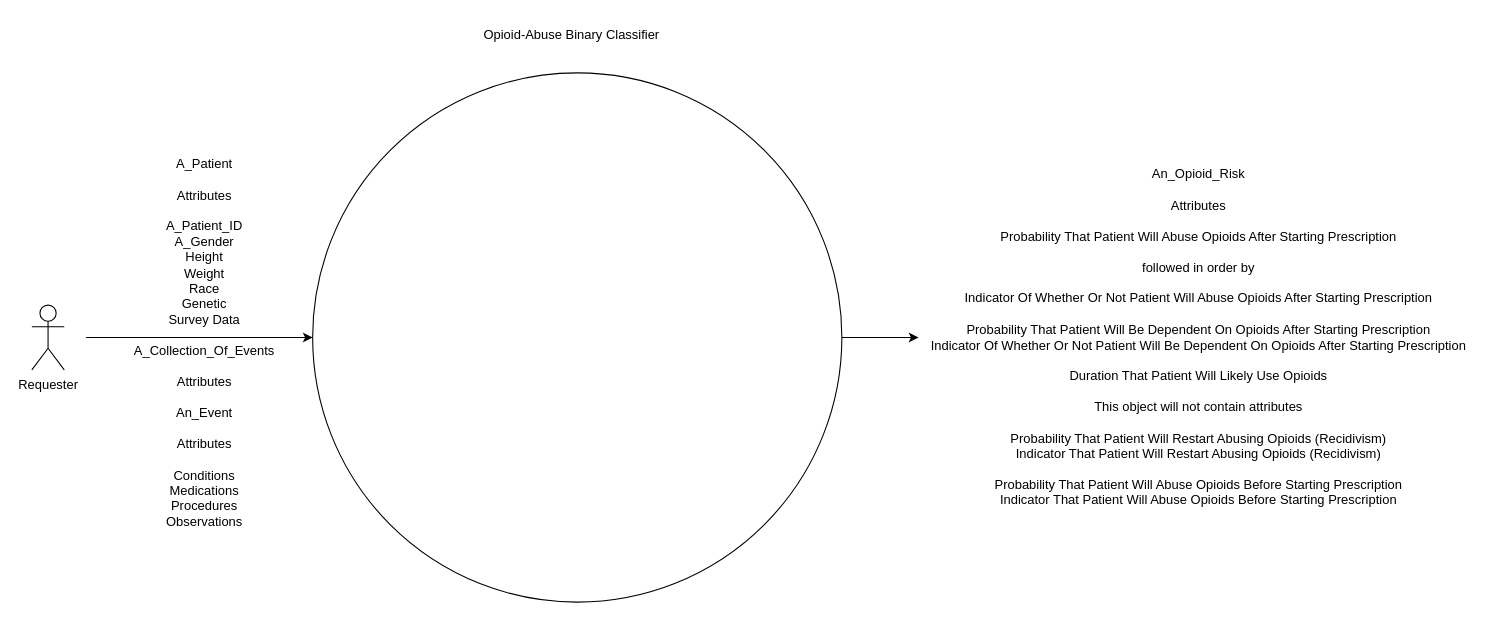
The draw.io diagram System_Analysis/System_Diagram.drawio in tslever/Opioid_Abuse_Predictor, before the edit. Source tidied: cells renumbered, new cells numbered last; positions are measured from the earlier drawing's top-left corner, leaving out a move shared by most shapes. Both pictures are drawn from the tidied source at 108%, with x=0, y=0 at pixel (31, 18).
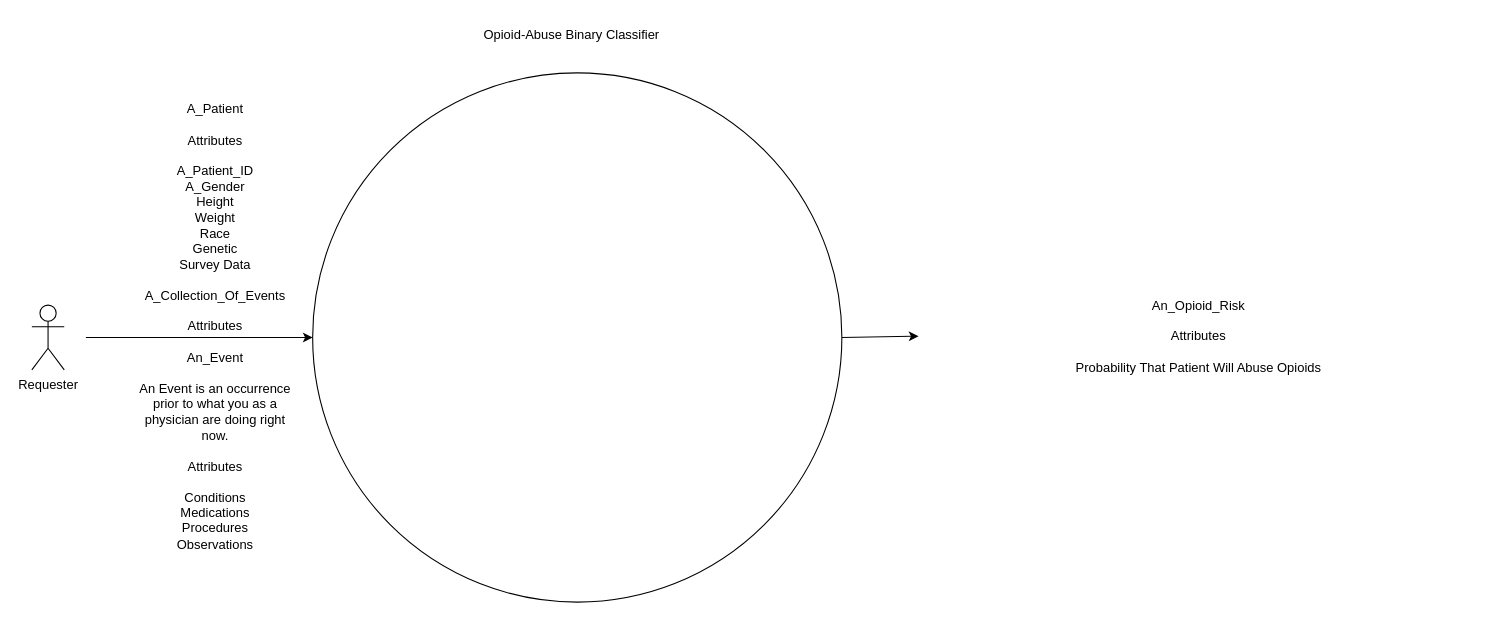
The same diagram, later.

Commit message:
Update System_Diagram.drawio to output Probability That Patient Will Abuse Opioids, without any qualification. Defined An_Event.

Change to the diagram source:
```diff
@@
 <mxGraphModel>
   <root>
     <mxCell id="0" />
     <mxCell id="1" parent="0" />
     <mxCell id="2" style="ellipse;whiteSpace=wrap;html=1;" parent="1" vertex="1">
       <mxGeometry x="260" y="50" width="490" height="490" as="geometry" />
     </mxCell>
     <mxCell id="3" style="endArrow=classic;html=1;rounded=0;entryX=0;entryY=0.5;entryDx=0;entryDy=0;" parent="1" edge="1" target="2">
       <mxGeometry relative="1" as="geometry">
         <mxPoint x="50" y="295" as="sourcePoint" />
       </mxGeometry>
     </mxCell>
     <mxCell id="4" value="Opioid-Abuse Binary Classifier" style="text;html=1;strokeColor=none;fillColor=none;align=center;verticalAlign=middle;whiteSpace=wrap;rounded=0;" parent="1" vertex="1">
       <mxGeometry x="390" width="220" height="30" as="geometry" />
     </mxCell>
-    <mxCell id="5" value="A_Patient&lt;br&gt;&lt;br&gt;Attributes&lt;br&gt;&lt;br&gt;A_Patient_ID&lt;br&gt;A_Gender&lt;br&gt;Height&lt;br&gt;Weight&lt;br&gt;Race&lt;br&gt;Genetic&lt;br&gt;Survey Data&lt;br&gt;&lt;br&gt;A_Collection_Of_Events&lt;br&gt;&lt;br&gt;Attributes&lt;br&gt;&lt;br&gt;An_Event&lt;br&gt;&lt;br&gt;Attributes&lt;br&gt;&lt;br&gt;Conditions&lt;br&gt;Medications&lt;br&gt;Procedures&lt;br&gt;Observations" style="text;html=1;strokeColor=none;fillColor=none;align=center;verticalAlign=middle;whiteSpace=wrap;rounded=0;" parent="1" vertex="1">
-      <mxGeometry x="80" y="120" width="160" height="360" as="geometry" />
+    <mxCell id="5" value="A_Patient&lt;br&gt;&lt;br&gt;Attributes&lt;br&gt;&lt;br&gt;A_Patient_ID&lt;br&gt;A_Gender&lt;br&gt;Height&lt;br&gt;Weight&lt;br&gt;Race&lt;br&gt;Genetic&lt;br&gt;Survey Data&lt;br&gt;&lt;br&gt;A_Collection_Of_Events&lt;br&gt;&lt;br&gt;Attributes&lt;br&gt;&lt;br&gt;An_Event&lt;br&gt;&lt;br&gt;An Event is an occurrence prior to what you as a physician are doing right now.&lt;br&gt;&lt;br&gt;Attributes&lt;br&gt;&lt;br&gt;Conditions&lt;br&gt;Medications&lt;br&gt;Procedures&lt;br&gt;Observations" style="text;html=1;strokeColor=none;fillColor=none;align=center;verticalAlign=middle;whiteSpace=wrap;rounded=0;" parent="1" vertex="1">
+      <mxGeometry x="90" y="70" width="160" height="430" as="geometry" />
     </mxCell>
-    <mxCell id="6" value="An_Opioid_Risk&lt;br&gt;&lt;br&gt;Attributes&lt;br&gt;&lt;br&gt;Probability That Patient Will Abuse Opioids After Starting Prescription&lt;br&gt;&lt;br&gt;followed in order by&lt;br&gt;&lt;br&gt;Indicator Of Whether Or Not Patient Will Abuse Opioids After Starting Prescription&lt;br&gt;&lt;br&gt;Probability That Patient Will Be Dependent On Opioids After Starting Prescription&lt;br&gt;Indicator Of Whether Or Not Patient Will Be Dependent On Opioids After Starting Prescription&lt;br&gt;&lt;br&gt;Duration That Patient Will Likely Use Opioids&lt;br&gt;&lt;br&gt;This object will not contain attributes&lt;br&gt;&lt;br&gt;Probability That Patient Will Restart Abusing Opioids (Recidivism)&lt;br&gt;Indicator That Patient Will Restart Abusing Opioids (Recidivism)&lt;br&gt;&lt;br&gt;Probability That Patient Will Abuse Opioids Before Starting Prescription&lt;br&gt;Indicator That Patient Will Abuse Opioids Before Starting Prescription" style="text;html=1;strokeColor=none;fillColor=none;align=center;verticalAlign=middle;whiteSpace=wrap;rounded=0;" parent="1" vertex="1">
-      <mxGeometry x="821" y="132.5" width="519" height="325" as="geometry" />
+    <mxCell id="6" value="An_Opioid_Risk&lt;br&gt;&lt;br&gt;Attributes&lt;br&gt;&lt;br&gt;Probability That Patient Will Abuse Opioids" style="text;html=1;strokeColor=none;fillColor=none;align=center;verticalAlign=middle;whiteSpace=wrap;rounded=0;" parent="1" vertex="1">
+      <mxGeometry x="821" y="130" width="519" height="327.5" as="geometry" />
     </mxCell>
     <mxCell id="7" value="Requester" style="shape=umlActor;verticalLabelPosition=bottom;verticalAlign=top;html=1;" parent="1" vertex="1">
       <mxGeometry y="265" width="30" height="60" as="geometry" />
     </mxCell>
     <mxCell id="8" style="endArrow=classic;html=1;rounded=0;exitX=1;exitY=0.5;exitDx=0;exitDy=0;entryX=0;entryY=0.5;entryDx=0;entryDy=0;" parent="1" edge="1" source="2" target="6">
       <mxGeometry relative="1" as="geometry" />
     </mxCell>
   </root>
 </mxGraphModel>
```
